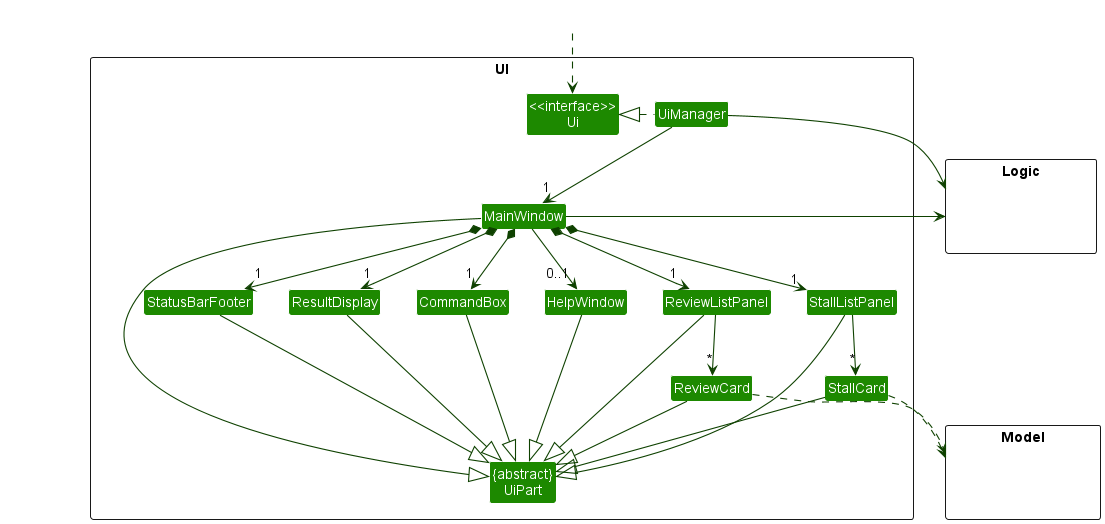
The PlantUML diagram docs/images/UiClassDiagram.png in nus-cs2103-AY2223S1/tp, before a commit.
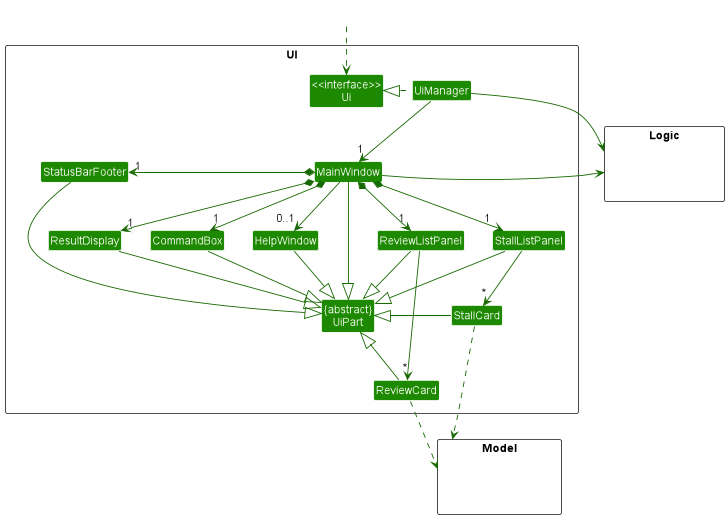
After the commit.

Commit message:
Improve some capitalisation and UI class diagram

Diff of the diagram source:
```diff
@@ -1,12 +1,11 @@
 @startuml
 !include style.puml
 skinparam arrowThickness 1.1
-skinparam arrowColor UI_COLOR_T4
+skinparam arrowColor UI_COLOR_T3
 skinparam classBackgroundColor UI_COLOR
 
 package UI <<Rectangle>>{
 Class "<<interface>>\nUi" as Ui
-Class "{abstract}\nUiPart" as UiPart
 Class UiManager
 Class MainWindow
 Class HelpWindow
@@ -17,6 +16,7 @@
 Class ReviewCard
 Class StatusBarFooter
 Class CommandBox
+Class "{abstract}\nUiPart" as UiPart
 }
 
 package Model <<Rectangle>> {
@@ -36,33 +36,33 @@
 MainWindow *-down-> "1" ResultDisplay
 MainWindow *-down-> "1" StallListPanel
 MainWindow *-down-> "1" ReviewListPanel
-MainWindow *-down-> "1" StatusBarFooter
+MainWindow *-left-> "1" StatusBarFooter
 MainWindow --> "0..1" HelpWindow
 
 StallListPanel -down-> "*" StallCard
 ReviewListPanel -down-> "*" ReviewCard
 
-MainWindow -left-|> UiPart
+MainWindow -down-|> UiPart
 
 ResultDisplay --|> UiPart
 CommandBox --|> UiPart
 StallListPanel --|> UiPart
-StallCard --|> UiPart
+StallCard -left-|> UiPart
 ReviewListPanel --|> UiPart
-ReviewCard --|> UiPart
+ReviewCard -left-|> UiPart
 StatusBarFooter --|> UiPart
 HelpWindow --|> UiPart
 
 StallCard ..> Model
 ReviewCard ..> Model
 UiManager -right-> Logic
-MainWindow -left-> Logic
+MainWindow -right-> Logic
 
-StallListPanel -[hidden]left- HelpWindow
+StallListPanel -[hidden]left- ReviewListPanel
 ReviewListPanel -[hidden]left- HelpWindow
 HelpWindow -[hidden]left- CommandBox
 CommandBox -[hidden]left- ResultDisplay
 ResultDisplay -[hidden]left- StatusBarFooter
+StallCard -[hidden]down- ReviewCard
 
-MainWindow -[hidden]-|> UiPart
 @enduml
```
